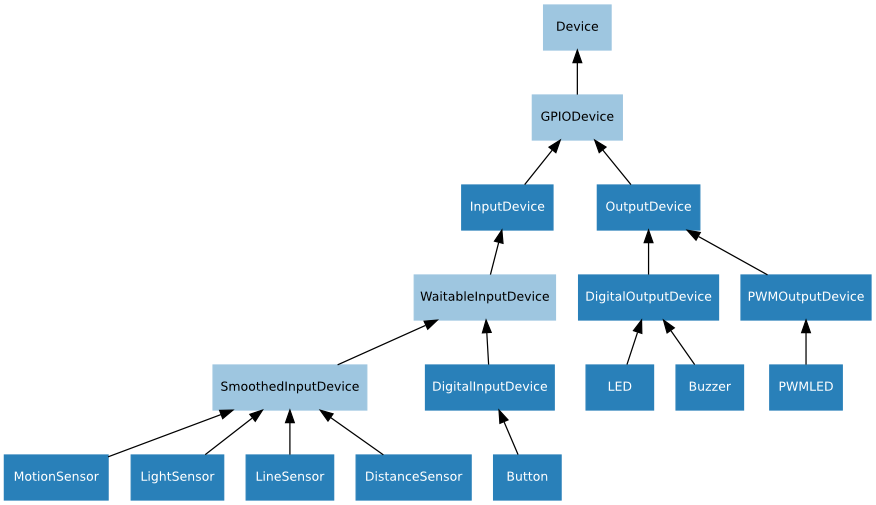
gpiozero/gpiozero keeps this Graphviz diagram as docs/images/gpio_device_hierarchy.png. Above is the earlier version. Its source is kept beside it as docs/images/gpio_device_hierarchy.dot.
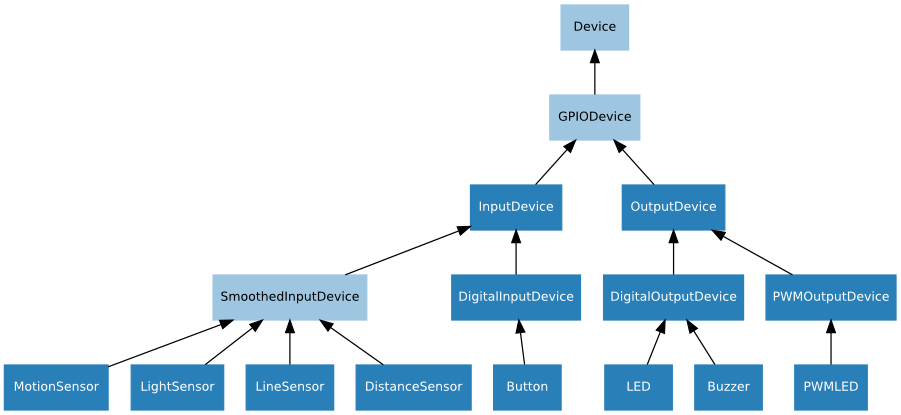
The same file after the commit.

The edit, as a diff of the source:
```diff
@@ -9,7 +9,6 @@
     node [color="#9ec6e0", fontcolor="#000000"]
     Device;
     GPIODevice;
-    WaitableInputDevice;
     SmoothedInputDevice;
 
     /* Concrete classes */
@@ -17,9 +16,8 @@
 
     GPIODevice->Device;
     InputDevice->GPIODevice;
-    WaitableInputDevice->InputDevice;
-    DigitalInputDevice->WaitableInputDevice;
-    SmoothedInputDevice->WaitableInputDevice;
+    DigitalInputDevice->InputDevice;
+    SmoothedInputDevice->InputDevice;
     Button->DigitalInputDevice;
     MotionSensor->SmoothedInputDevice;
     LightSensor->SmoothedInputDevice;
```
